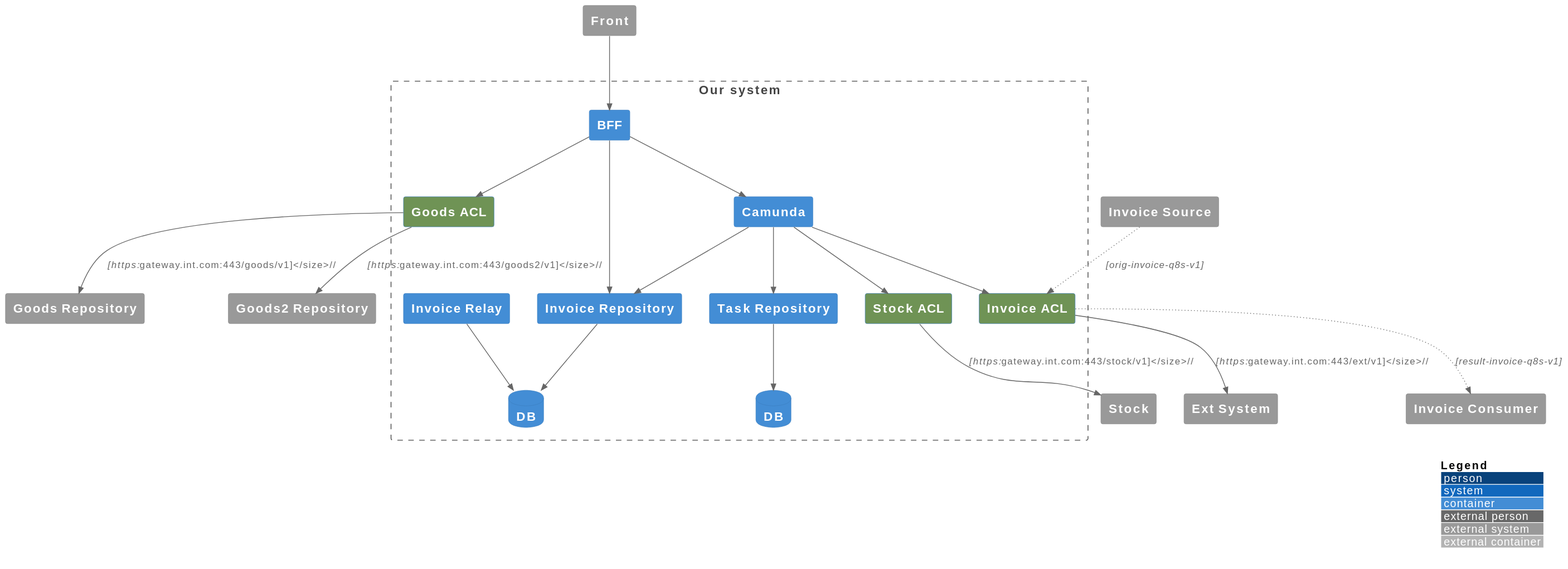
This is architecture/Demo Tests.svg from Byndyusoft/aact, a PlantUML export, as it was before one commit.
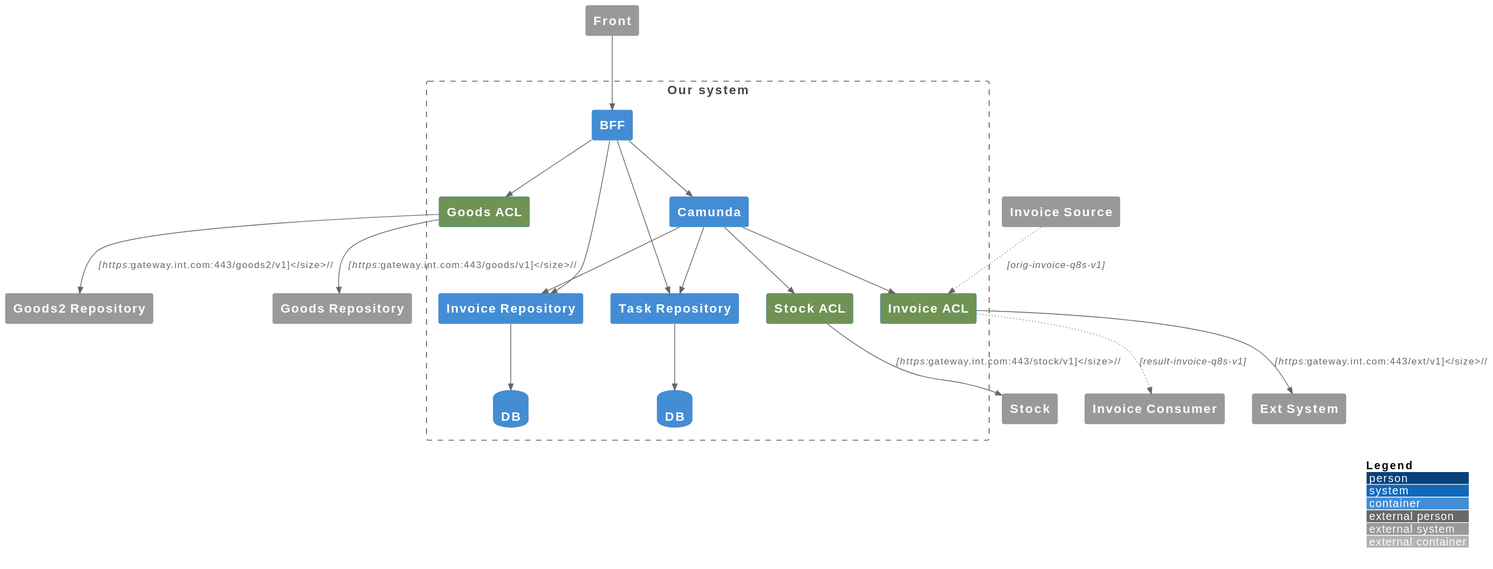
After the change.

Change to the diagram source:
```diff
@@ -26,7 +26,6 @@
         ContainerDb(task_repository_db,"DB")
         ContainerDb(invoice_repository_db,"DB")
 
-        Container(invoice_relay, "Invoice Relay", "", "", $tags="relay")
 }
 
 Rel(front, bff, "")
@@ -38,11 +37,11 @@
 Rel(goods_acl, goods_repository, "", "https://gateway.int.com:443/goods/v1")
 Rel(goods_acl, goods2_repository, "", "https://gateway.int.com:443/goods2/v1")
 
+Rel(bff, task_repository, "")
 Rel(task_repository, task_repository_db, "")
 
 Rel(bff, invoice_repository, "")
 Rel(invoice_repository, invoice_repository_db, "")
-Rel(invoice_relay, invoice_repository_db, "")
 
 Rel(camunda, task_repository, "")
 Rel(camunda, invoice_repository, "")
```
